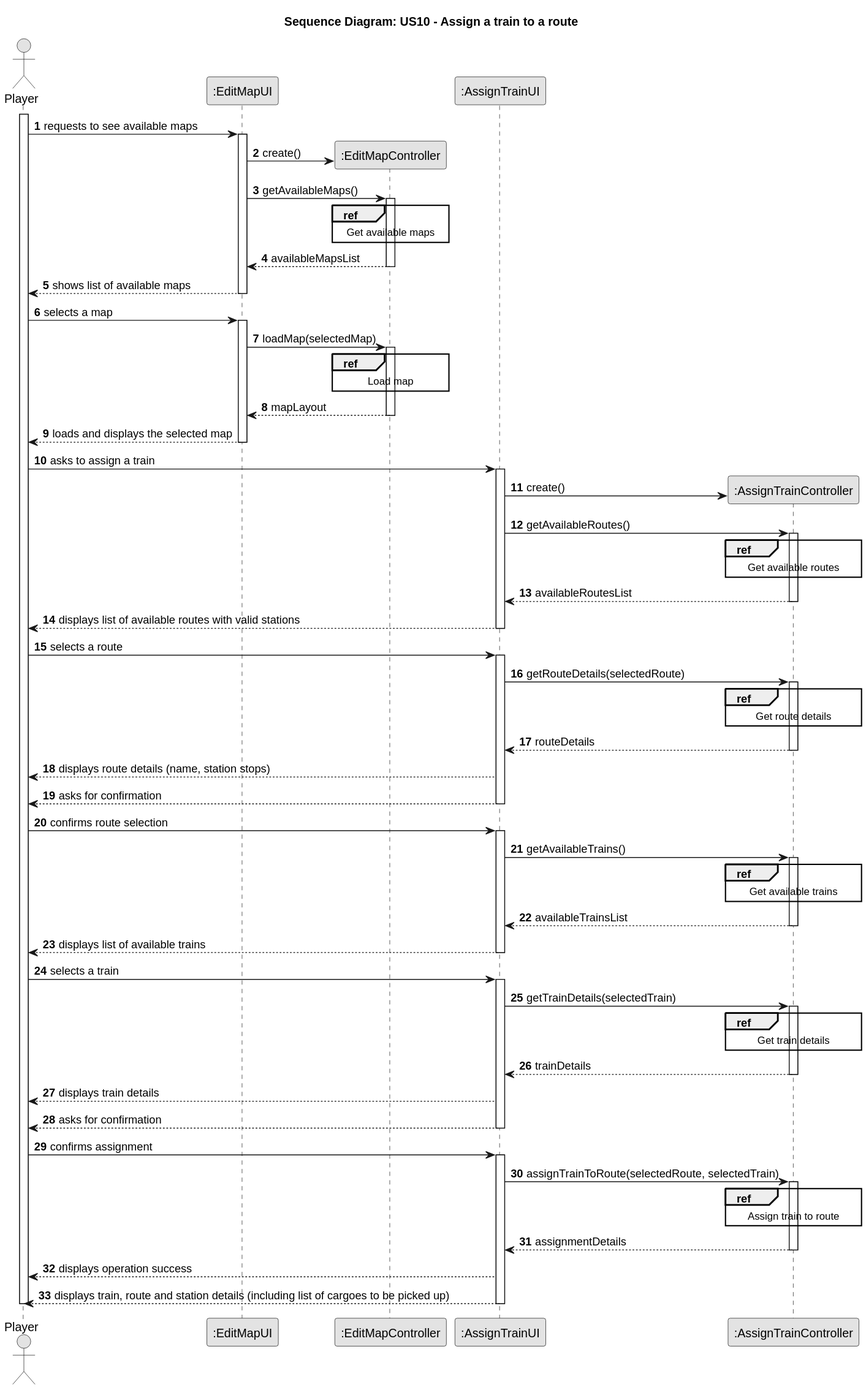
Earlier version of the PlantUML export docs/system-documentation/Sprint 2/US10/03.design/svg/US10-SD-split.svg (HenriqueSilva18/Railway-Network-Simulator). The source it was exported from:
```plantuml
@startuml
skinparam monochrome true
skinparam packageStyle rectangle
skinparam shadowing false

autonumber

title Sequence Diagram: US10 - Assign a train to a route

actor "Player" as player
participant ":EditMapUI" as mapUI
participant ":EditMapController" as mapCTRL
participant ":AssignTrainUI" as UI
participant ":AssignTrainController" as CTRL

activate player

    player -> mapUI : requests to see available maps
        activate mapUI
            mapUI -> mapCTRL**: create()
            mapUI -> mapCTRL: getAvailableMaps()
            activate mapCTRL

            ref over mapCTRL
                Get available maps
            end

            mapCTRL --> mapUI: availableMapsList
            deactivate mapCTRL
            mapUI --> player: shows list of available maps
        deactivate mapUI

    player -> mapUI : selects a map
        activate mapUI
            mapUI -> mapCTRL: loadMap(selectedMap)
            activate mapCTRL

            ref over mapCTRL
                Load map
            end

            mapCTRL --> mapUI: mapLayout
            deactivate mapCTRL
            mapUI --> player: loads and displays the selected map
        deactivate mapUI

    player -> UI : asks to assign a train
        activate UI
            UI -> CTRL**: create()
            UI -> CTRL: getAvailableRoutes()
            activate CTRL

            ref over CTRL
                Get available routes
            end

            CTRL --> UI: availableRoutesList
            deactivate CTRL
            UI --> player: displays list of available routes with valid stations
        deactivate UI

    player -> UI : selects a route
        activate UI
            UI -> CTRL: getRouteDetails(selectedRoute)
            activate CTRL

            ref over CTRL
                Get route details
            end

            CTRL --> UI: routeDetails
            deactivate CTRL
            UI --> player: displays route details (name, station stops)
            UI --> player: asks for confirmation
        deactivate UI

    player -> UI : confirms route selection
        activate UI
            UI -> CTRL: getAvailableTrains()
            activate CTRL

            ref over CTRL
                Get available trains
            end

            CTRL --> UI: availableTrainsList
            deactivate CTRL
            UI --> player: displays list of available trains
        deactivate UI

    player -> UI : selects a train
        activate UI
            UI -> CTRL: getTrainDetails(selectedTrain)
            activate CTRL

            ref over CTRL
                Get train details
            end

            CTRL --> UI: trainDetails
            deactivate CTRL
            UI --> player: displays train details
            UI --> player: asks for confirmation
        deactivate UI

    player -> UI : confirms assignment
        activate UI
            UI -> CTRL: assignTrainToRoute(selectedRoute, selectedTrain)
            activate CTRL

            ref over CTRL
                Assign train to route
            end

            CTRL --> UI: assignmentDetails
            deactivate CTRL
            UI --> player: displays operation success
            UI --> player: displays train, route and station details (including list of cargoes to be picked up)
        deactivate UI

deactivate player
@enduml
```
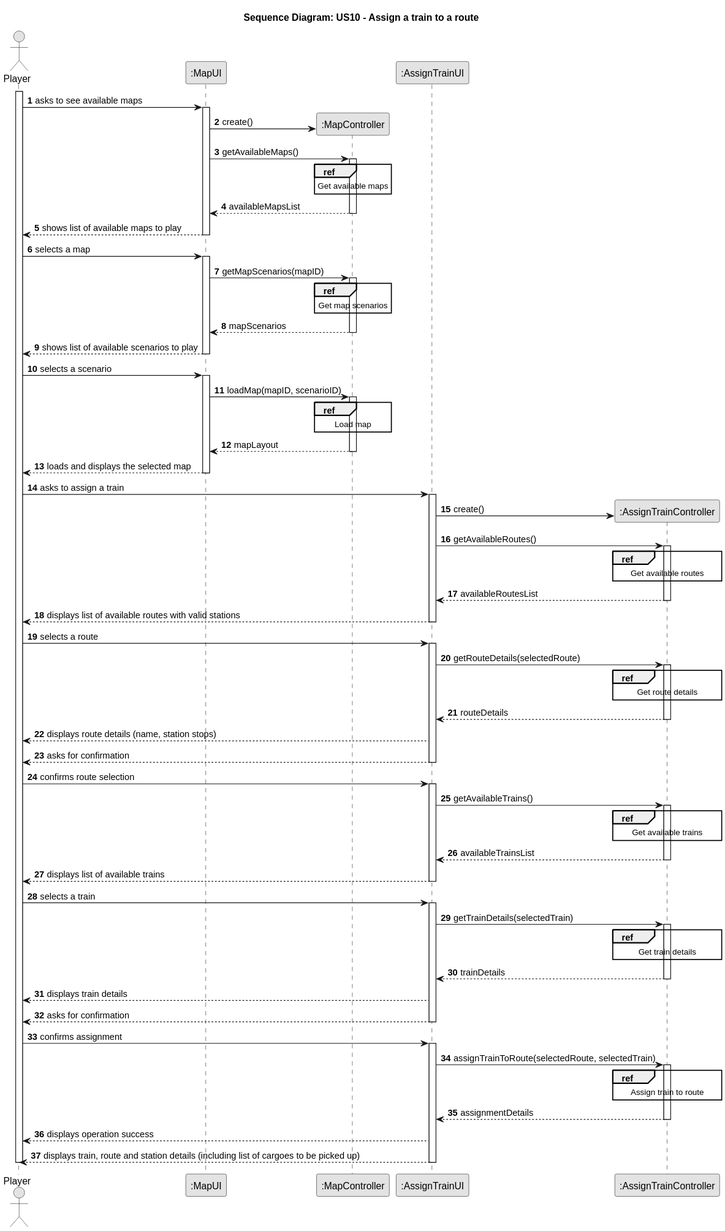
Above is the later version.

Change to the diagram source:
```diff
@@ -8,40 +8,48 @@
 title Sequence Diagram: US10 - Assign a train to a route
 
 actor "Player" as player
-participant ":EditMapUI" as mapUI
-participant ":EditMapController" as mapCTRL
+participant ":MapUI" as mapUI
+participant ":MapController" as mapCTRL
 participant ":AssignTrainUI" as UI
 participant ":AssignTrainController" as CTRL
 
 activate player
 
-    player -> mapUI : requests to see available maps
+    player -> mapUI: asks to see available maps
         activate mapUI
-            mapUI -> mapCTRL**: create()
-            mapUI -> mapCTRL: getAvailableMaps()
+        mapUI -> mapCTRL**: create()
+        mapUI -> mapCTRL: getAvailableMaps()
             activate mapCTRL
-
-            ref over mapCTRL
-                Get available maps
-            end
-
+                ref over mapCTRL
+                    Get available maps
+                end
             mapCTRL --> mapUI: availableMapsList
             deactivate mapCTRL
-            mapUI --> player: shows list of available maps
+        mapUI --> player: shows list of available maps to play
         deactivate mapUI
 
-    player -> mapUI : selects a map
+    player -> mapUI: selects a map
         activate mapUI
-            mapUI -> mapCTRL: loadMap(selectedMap)
+        mapUI -> mapCTRL: getMapScenarios(mapID)
             activate mapCTRL
+                ref over mapCTRL
+                    Get map scenarios
+                end
+            mapCTRL --> mapUI: mapScenarios
+            deactivate mapCTRL
+        mapUI --> player: shows list of available scenarios to play
+        deactivate mapUI
+    player -> mapUI: selects a scenario
 
-            ref over mapCTRL
-                Load map
-            end
-
+        activate mapUI
+        mapUI -> mapCTRL: loadMap(mapID, scenarioID)
+            activate mapCTRL
+                ref over mapCTRL
+                    Load map
+                end
             mapCTRL --> mapUI: mapLayout
             deactivate mapCTRL
-            mapUI --> player: loads and displays the selected map
+        mapUI --> player: loads and displays the selected map
         deactivate mapUI
 
     player -> UI : asks to assign a train
```
